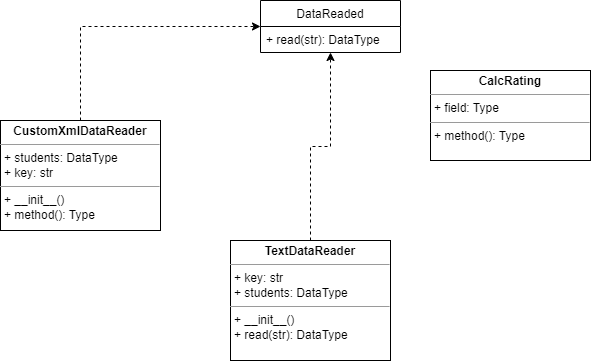
Above: pt1_uml.drawio.png in xdhao/PTLab1-2022 (draw.io), before the change. Source tidied: cells renumbered, new cells last; positions are measured from the earlier drawing's top-left corner, leaving out a move shared by most shapes. Source of this version:
```xml
<mxGraphModel>
  <root>
    <mxCell id="0" />
    <mxCell id="1" parent="0" />
    <mxCell id="2" style="edgeStyle=orthogonalEdgeStyle;rounded=0;jettySize=auto;html=1;exitX=0.5;exitY=0;exitDx=0;exitDy=0;entryX=0;entryY=0.5;entryDx=0;entryDy=0;endArrow=classic;endFill=1;dashed=1;" parent="1" edge="1" source="3" target="6">
      <mxGeometry relative="1" as="geometry" />
    </mxCell>
    <mxCell id="3" value="&lt;p style=&quot;margin:0px;margin-top:4px;text-align:center;&quot;&gt;&lt;b&gt;CustomXmlDataReader&lt;/b&gt;&lt;/p&gt;&lt;hr size=&quot;1&quot;&gt;&lt;p style=&quot;margin:0px;margin-left:4px;&quot;&gt;+ students: DataType&lt;/p&gt;&lt;p style=&quot;margin:0px;margin-left:4px;&quot;&gt;+ key: str&lt;br&gt;&lt;/p&gt;&lt;hr size=&quot;1&quot;&gt;&lt;p style=&quot;margin:0px;margin-left:4px;&quot;&gt;+ __init__()&lt;br&gt;&lt;/p&gt;&lt;p style=&quot;margin:0px;margin-left:4px;&quot;&gt;+ method(): Type&lt;/p&gt;" style="verticalAlign=top;align=left;overflow=fill;fontSize=12;fontFamily=Helvetica;html=1;" parent="1" vertex="1">
      <mxGeometry y="120" width="160" height="110" as="geometry" />
    </mxCell>
    <mxCell id="4" style="edgeStyle=orthogonalEdgeStyle;rounded=0;jettySize=auto;html=1;exitX=0.5;exitY=0;exitDx=0;exitDy=0;endArrow=classic;endFill=1;dashed=1;" parent="1" edge="1" source="5" target="6">
      <mxGeometry relative="1" as="geometry" />
    </mxCell>
    <mxCell id="5" value="&lt;p style=&quot;margin:0px;margin-top:4px;text-align:center;&quot;&gt;&lt;b&gt;TextDataReader&lt;/b&gt;&lt;/p&gt;&lt;hr size=&quot;1&quot;&gt;&lt;p style=&quot;margin:0px;margin-left:4px;&quot;&gt;+ key: str&lt;/p&gt;&lt;p style=&quot;margin: 0px 0px 0px 4px;&quot;&gt;+ students: DataType&lt;/p&gt;&lt;hr size=&quot;1&quot;&gt;&lt;p style=&quot;margin:0px;margin-left:4px;&quot;&gt;+ __init__()&lt;/p&gt;&lt;p style=&quot;margin:0px;margin-left:4px;&quot;&gt;+ read(str): DataType&lt;br&gt;&lt;/p&gt;&lt;p style=&quot;margin:0px;margin-left:4px;&quot;&gt;&lt;br&gt;&lt;/p&gt;" style="verticalAlign=top;align=left;overflow=fill;fontSize=12;fontFamily=Helvetica;html=1;" parent="1" vertex="1">
      <mxGeometry x="230" y="240" width="160" height="120" as="geometry" />
    </mxCell>
    <mxCell id="6" value="DataReaded" style="swimlane;fontStyle=0;horizontal=1;startSize=26;fillColor=none;" parent="1" vertex="1">
      <mxGeometry x="260" width="140" height="52" as="geometry" />
    </mxCell>
    <mxCell id="7" value="+ read(str): DataType&#10;&#10;" style="text;strokeColor=none;fillColor=none;align=left;verticalAlign=top;spacingLeft=4;spacingRight=4;overflow=hidden;" parent="6" vertex="1">
      <mxGeometry y="26" width="140" height="26" as="geometry" />
    </mxCell>
    <mxCell id="8" value="&lt;p style=&quot;margin:0px;margin-top:4px;text-align:center;&quot;&gt;&lt;b&gt;CalcRating&lt;/b&gt;&lt;/p&gt;&lt;hr size=&quot;1&quot;&gt;&lt;p style=&quot;margin:0px;margin-left:4px;&quot;&gt;+ field: Type&lt;/p&gt;&lt;hr size=&quot;1&quot;&gt;&lt;p style=&quot;margin:0px;margin-left:4px;&quot;&gt;+ method(): Type&lt;/p&gt;" style="verticalAlign=top;align=left;overflow=fill;fontSize=12;fontFamily=Helvetica;html=1;" parent="1" vertex="1">
      <mxGeometry x="430" y="70" width="160" height="90" as="geometry" />
    </mxCell>
  </root>
</mxGraphModel>
```
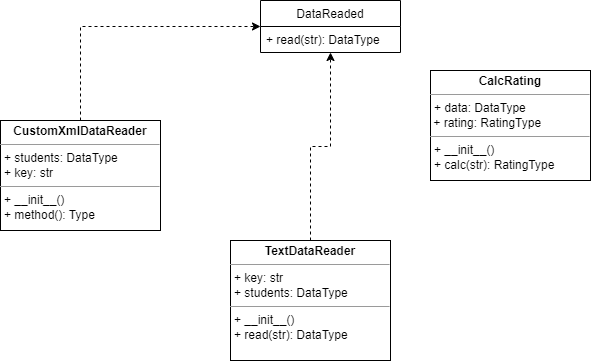
After the change.

What changed in the source:
```diff
@@ -20,8 +20,8 @@
     <mxCell id="7" value="+ read(str): DataType&#10;&#10;" style="text;strokeColor=none;fillColor=none;align=left;verticalAlign=top;spacingLeft=4;spacingRight=4;overflow=hidden;" parent="6" vertex="1">
       <mxGeometry y="26" width="140" height="26" as="geometry" />
     </mxCell>
-    <mxCell id="8" value="&lt;p style=&quot;margin:0px;margin-top:4px;text-align:center;&quot;&gt;&lt;b&gt;CalcRating&lt;/b&gt;&lt;/p&gt;&lt;hr size=&quot;1&quot;&gt;&lt;p style=&quot;margin:0px;margin-left:4px;&quot;&gt;+ field: Type&lt;/p&gt;&lt;hr size=&quot;1&quot;&gt;&lt;p style=&quot;margin:0px;margin-left:4px;&quot;&gt;+ method(): Type&lt;/p&gt;" style="verticalAlign=top;align=left;overflow=fill;fontSize=12;fontFamily=Helvetica;html=1;" parent="1" vertex="1">
-      <mxGeometry x="430" y="70" width="160" height="90" as="geometry" />
+    <mxCell id="8" value="&lt;p style=&quot;margin:0px;margin-top:4px;text-align:center;&quot;&gt;&lt;b&gt;CalcRating&lt;/b&gt;&lt;/p&gt;&lt;hr size=&quot;1&quot;&gt;&lt;p style=&quot;margin:0px;margin-left:4px;&quot;&gt;+ data: DataType&lt;/p&gt;&amp;nbsp;+ rating: RatingType&lt;hr size=&quot;1&quot;&gt;&lt;p style=&quot;margin:0px;margin-left:4px;&quot;&gt;+ __init__()&lt;/p&gt;&lt;p style=&quot;margin: 0px 0px 0px 4px;&quot;&gt;+ calc(str): RatingType&lt;br&gt;&lt;/p&gt;&lt;p style=&quot;margin: 0px 0px 0px 4px;&quot;&gt;&lt;br&gt;&lt;/p&gt;" style="verticalAlign=top;align=left;overflow=fill;fontSize=12;fontFamily=Helvetica;html=1;" parent="1" vertex="1">
+      <mxGeometry x="430" y="70" width="160" height="110" as="geometry" />
     </mxCell>
   </root>
 </mxGraphModel>
```
